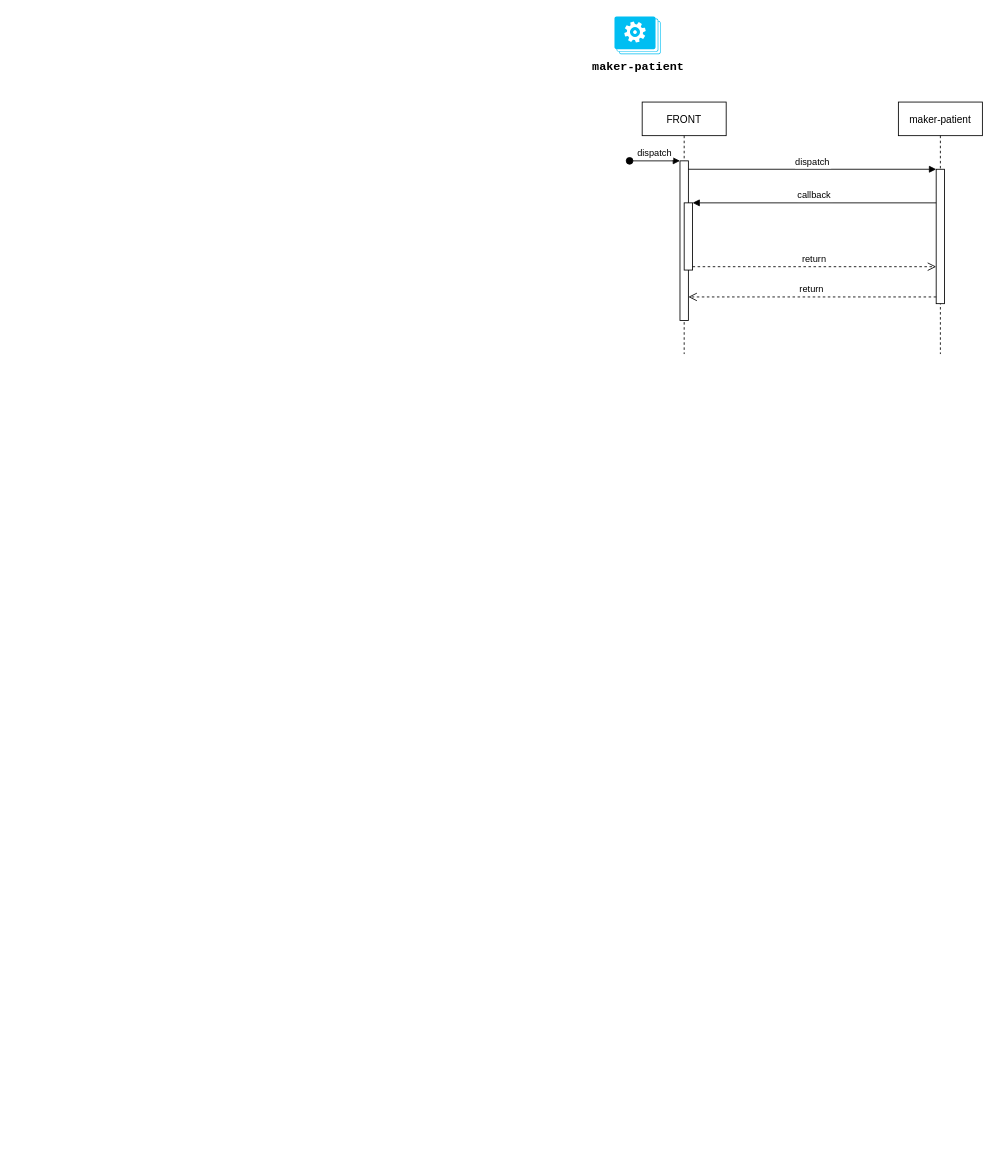
cellprom/cellprom-arq-doc keeps this draw.io diagram as page "maker-patient" (6 of 9) of arch-design/cellprom-tech-arch.drawio. Above is the earlier version. Source tidied: cells renumbered, new cells numbered last; positions are measured from the earlier drawing's top-left corner, leaving out a move shared by most shapes. Both pictures are drawn from the tidied source at 84%, with x=0, y=0 at pixel (614, 16).
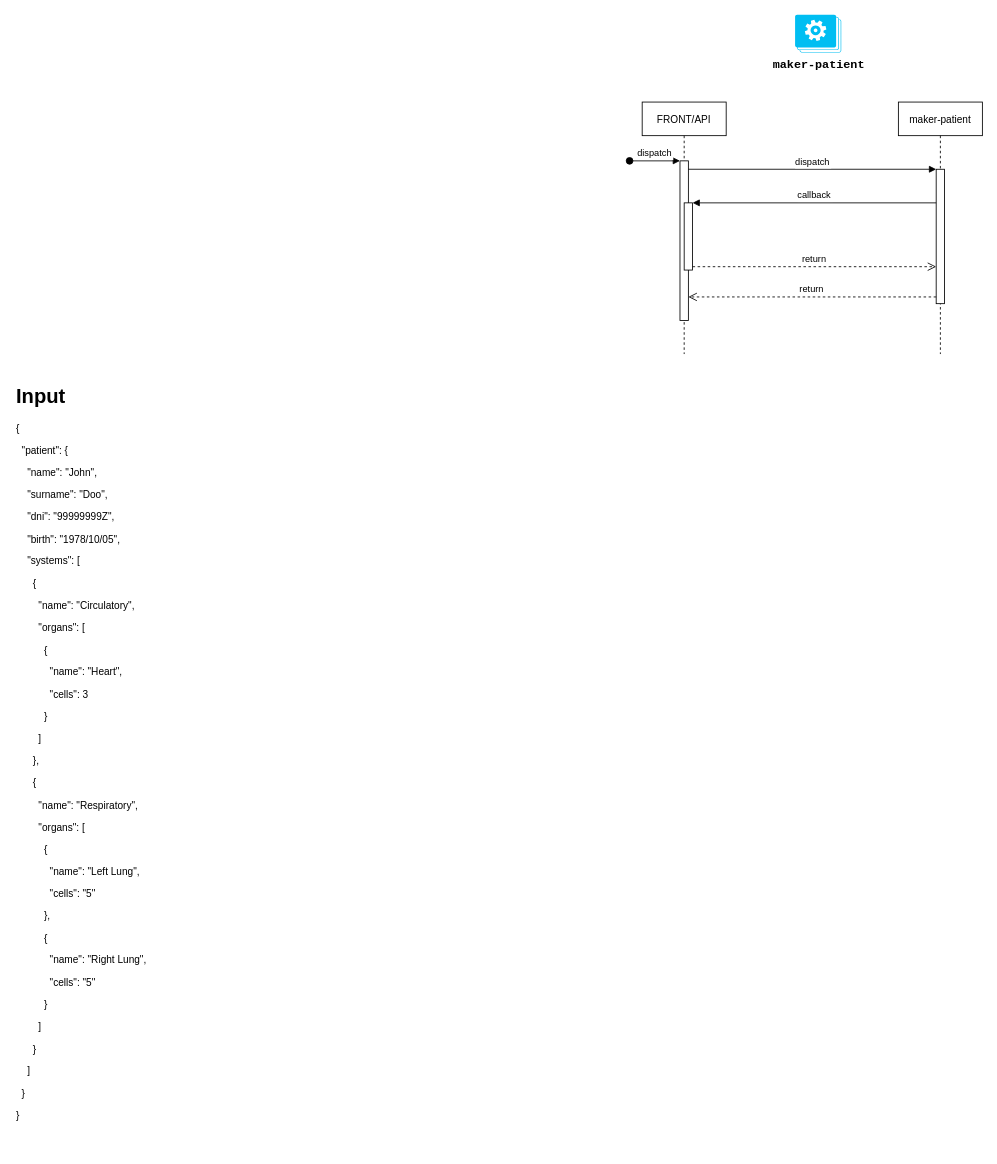
Above is the later version.

What changed in the source:
```diff
@@
 <mxGraphModel>
   <root>
     <mxCell id="0" />
     <mxCell id="1" parent="0" />
     <mxCell id="2" value="&lt;span style=&quot;font-family: &amp;quot;Courier New&amp;quot;; font-size: 14px; font-weight: 700;&quot;&gt;maker-patient&lt;/span&gt;" style="verticalLabelPosition=bottom;html=1;verticalAlign=top;align=center;strokeColor=none;fillColor=#00BEF2;shape=mxgraph.azure.worker_roles;" parent="1" vertex="1">
-      <mxGeometry width="55" height="45" as="geometry" />
+      <mxGeometry x="215" y="-2" width="55" height="45" as="geometry" />
     </mxCell>
-    <mxCell id="3" value="FRONT" style="shape=umlLifeline;perimeter=lifelinePerimeter;rounded=0;shadow=0;strokeWidth=1;" parent="1" vertex="1">
+    <mxCell id="3" value="FRONT/API" style="shape=umlLifeline;perimeter=lifelinePerimeter;rounded=0;shadow=0;strokeWidth=1;" parent="1" vertex="1">
       <mxGeometry x="33" y="102" width="100" height="300" as="geometry" />
     </mxCell>
     <mxCell id="4" style="points=[];perimeter=orthogonalPerimeter;rounded=0;shadow=0;strokeWidth=1;" parent="3" vertex="1">
       <mxGeometry x="45" y="70" width="10" height="190" as="geometry" />
     </mxCell>
     <mxCell id="5" value="dispatch" style="verticalAlign=bottom;startArrow=oval;endArrow=block;startSize=8;shadow=0;strokeWidth=1;" parent="3" edge="1" target="4">
       <mxGeometry relative="1" as="geometry">
         <mxPoint x="-15" y="70" as="sourcePoint" />
       </mxGeometry>
     </mxCell>
     <mxCell id="6" style="points=[];perimeter=orthogonalPerimeter;rounded=0;shadow=0;strokeWidth=1;" parent="3" vertex="1">
       <mxGeometry x="50" y="120" width="10" height="80" as="geometry" />
     </mxCell>
     <mxCell id="7" value="maker-patient" style="shape=umlLifeline;perimeter=lifelinePerimeter;rounded=0;shadow=0;strokeWidth=1;" parent="1" vertex="1">
       <mxGeometry x="338" y="102" width="100" height="300" as="geometry" />
     </mxCell>
     <mxCell id="8" style="points=[];perimeter=orthogonalPerimeter;rounded=0;shadow=0;strokeWidth=1;" parent="7" vertex="1">
       <mxGeometry x="45" y="80" width="10" height="160" as="geometry" />
     </mxCell>
     <mxCell id="9" value="return" style="verticalAlign=bottom;endArrow=open;dashed=1;endSize=8;exitX=0;exitY=0.95;shadow=0;strokeWidth=1;" parent="1" edge="1" source="8" target="4">
       <mxGeometry relative="1" as="geometry" />
     </mxCell>
     <mxCell id="10" value="dispatch" style="verticalAlign=bottom;endArrow=block;entryX=0;entryY=0;shadow=0;strokeWidth=1;" parent="1" edge="1" source="4" target="8">
       <mxGeometry relative="1" as="geometry" />
     </mxCell>
     <mxCell id="11" value="callback" style="verticalAlign=bottom;endArrow=block;entryX=1;entryY=0;shadow=0;strokeWidth=1;" parent="1" edge="1" source="8" target="6">
       <mxGeometry relative="1" as="geometry" />
     </mxCell>
     <mxCell id="12" value="return" style="verticalAlign=bottom;endArrow=open;dashed=1;endSize=8;exitX=1;exitY=0.95;shadow=0;strokeWidth=1;" parent="1" edge="1" source="6" target="8">
       <mxGeometry relative="1" as="geometry" />
     </mxCell>
+    <mxCell id="13" value="&lt;h1 style=&quot;margin-top: 0px;&quot;&gt;Input&lt;/h1&gt;&lt;p&gt;{&lt;/p&gt;&lt;p&gt;&amp;nbsp; &quot;patient&quot;: {&lt;/p&gt;&lt;p&gt;&amp;nbsp; &amp;nbsp; &quot;name&quot;: &quot;John&quot;,&lt;/p&gt;&lt;p&gt;&amp;nbsp; &amp;nbsp; &quot;surname&quot;: &quot;Doo&quot;,&lt;/p&gt;&lt;p&gt;&amp;nbsp; &amp;nbsp; &quot;dni&quot;: &quot;99999999Z&quot;,&lt;/p&gt;&lt;p&gt;&amp;nbsp; &amp;nbsp; &quot;birth&quot;: &quot;1978/10/05&quot;,&lt;/p&gt;&lt;p&gt;&amp;nbsp; &amp;nbsp; &quot;systems&quot;: [&lt;/p&gt;&lt;p&gt;&amp;nbsp; &amp;nbsp; &amp;nbsp; {&lt;/p&gt;&lt;p&gt;&amp;nbsp; &amp;nbsp; &amp;nbsp; &amp;nbsp; &quot;name&quot;: &quot;Circulatory&quot;,&lt;/p&gt;&lt;p&gt;&amp;nbsp; &amp;nbsp; &amp;nbsp; &amp;nbsp; &quot;organs&quot;: [&lt;/p&gt;&lt;p&gt;&amp;nbsp; &amp;nbsp; &amp;nbsp; &amp;nbsp; &amp;nbsp; {&lt;/p&gt;&lt;p&gt;&amp;nbsp; &amp;nbsp; &amp;nbsp; &amp;nbsp; &amp;nbsp; &amp;nbsp; &quot;name&quot;: &quot;Heart&quot;,&lt;/p&gt;&lt;p&gt;&amp;nbsp; &amp;nbsp; &amp;nbsp; &amp;nbsp; &amp;nbsp; &amp;nbsp; &quot;cells&quot;: 3&lt;/p&gt;&lt;p&gt;&amp;nbsp; &amp;nbsp; &amp;nbsp; &amp;nbsp; &amp;nbsp; }&lt;/p&gt;&lt;p&gt;&amp;nbsp; &amp;nbsp; &amp;nbsp; &amp;nbsp; ]&lt;/p&gt;&lt;p&gt;&amp;nbsp; &amp;nbsp; &amp;nbsp; },&lt;/p&gt;&lt;p&gt;&amp;nbsp; &amp;nbsp; &amp;nbsp; {&lt;/p&gt;&lt;p&gt;&amp;nbsp; &amp;nbsp; &amp;nbsp; &amp;nbsp; &quot;name&quot;: &quot;Respiratory&quot;,&lt;/p&gt;&lt;p&gt;&amp;nbsp; &amp;nbsp; &amp;nbsp; &amp;nbsp; &quot;organs&quot;: [&lt;/p&gt;&lt;p&gt;&amp;nbsp; &amp;nbsp; &amp;nbsp; &amp;nbsp; &amp;nbsp; {&lt;/p&gt;&lt;p&gt;&amp;nbsp; &amp;nbsp; &amp;nbsp; &amp;nbsp; &amp;nbsp; &amp;nbsp; &quot;name&quot;: &quot;Left Lung&quot;,&lt;/p&gt;&lt;p&gt;&amp;nbsp; &amp;nbsp; &amp;nbsp; &amp;nbsp; &amp;nbsp; &amp;nbsp; &quot;cells&quot;: &quot;5&quot;&lt;/p&gt;&lt;p&gt;&amp;nbsp; &amp;nbsp; &amp;nbsp; &amp;nbsp; &amp;nbsp; },&lt;/p&gt;&lt;p&gt;&amp;nbsp; &amp;nbsp; &amp;nbsp; &amp;nbsp; &amp;nbsp; {&lt;/p&gt;&lt;p&gt;&amp;nbsp; &amp;nbsp; &amp;nbsp; &amp;nbsp; &amp;nbsp; &amp;nbsp; &quot;name&quot;: &quot;Right Lung&quot;,&lt;/p&gt;&lt;p&gt;&amp;nbsp; &amp;nbsp; &amp;nbsp; &amp;nbsp; &amp;nbsp; &amp;nbsp; &quot;cells&quot;: &quot;5&quot;&lt;/p&gt;&lt;p&gt;&amp;nbsp; &amp;nbsp; &amp;nbsp; &amp;nbsp; &amp;nbsp; }&lt;/p&gt;&lt;p&gt;&amp;nbsp; &amp;nbsp; &amp;nbsp; &amp;nbsp; ]&lt;/p&gt;&lt;p&gt;&amp;nbsp; &amp;nbsp; &amp;nbsp; }&lt;/p&gt;&lt;p&gt;&amp;nbsp; &amp;nbsp; ]&lt;/p&gt;&lt;p&gt;&amp;nbsp; }&lt;/p&gt;&lt;p&gt;}&lt;/p&gt;" style="text;html=1;whiteSpace=wrap;overflow=hidden;rounded=0;" parent="1" vertex="1">
+      <mxGeometry x="-714" y="432" width="230" height="915" as="geometry" />
+    </mxCell>
   </root>
 </mxGraphModel>
```
